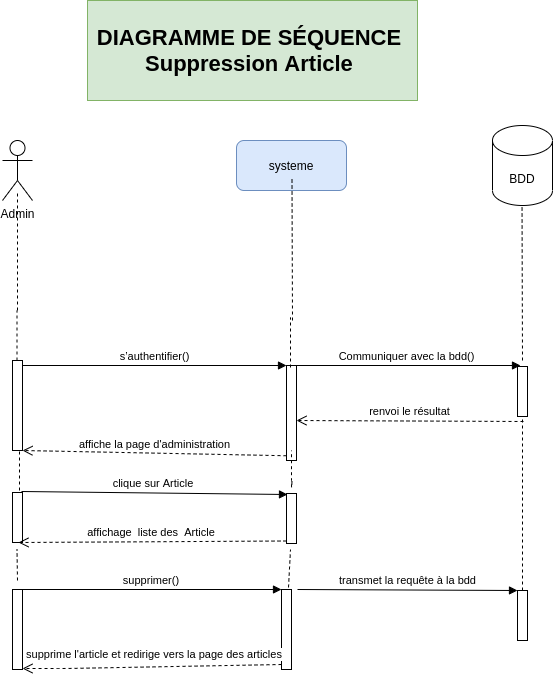
Earlier version of the draw.io export diagrammes/Diagramme_P5-Séq Supprimer.drawio.png (Elhadj75BAH/Blog-mvc). Source tidied: cells renumbered, new cells last; positions are measured from the earlier drawing's top-left corner, leaving out a move shared by most shapes. Source of this version:
```xml
<mxGraphModel>
  <root>
    <mxCell id="0" />
    <mxCell id="1" parent="0" />
    <mxCell id="2" value="&lt;font style=&quot;font-size: 22px&quot;&gt;&lt;b&gt;DIAGRAMME DE SÉQUENCE&amp;nbsp;&lt;br&gt;Suppression Article&amp;nbsp;&lt;br&gt;&lt;/b&gt;&lt;/font&gt;" style="text;html=1;strokeColor=#82b366;fillColor=#d5e8d4;align=center;verticalAlign=middle;whiteSpace=wrap;rounded=0;" parent="1" vertex="1">
      <mxGeometry x="85" width="330" height="100" as="geometry" />
    </mxCell>
    <mxCell id="3" value="systeme" style="rounded=1;whiteSpace=wrap;html=1;fillColor=#dae8fc;strokeColor=#6c8ebf;" parent="1" vertex="1">
      <mxGeometry x="234" y="140" width="110" height="50" as="geometry" />
    </mxCell>
    <mxCell id="4" style="endArrow=none;dashed=1;html=1;entryX=0.5;entryY=1;entryDx=0;entryDy=0;" parent="1" edge="1">
      <mxGeometry relative="1" as="geometry">
        <mxPoint x="15" y="310" as="sourcePoint" />
        <mxPoint x="15" y="190" as="targetPoint" />
      </mxGeometry>
    </mxCell>
    <mxCell id="5" style="endArrow=none;dashed=1;html=1;entryX=0.5;entryY=1;entryDx=0;entryDy=0;" parent="1" edge="1">
      <mxGeometry relative="1" as="geometry">
        <mxPoint x="290" y="320" as="sourcePoint" />
        <mxPoint x="289.5" y="178" as="targetPoint" />
      </mxGeometry>
    </mxCell>
    <mxCell id="6" style="endArrow=none;dashed=1;html=1;entryX=0.5;entryY=1;entryDx=0;entryDy=0;" parent="1" edge="1">
      <mxGeometry relative="1" as="geometry">
        <mxPoint x="520" y="360" as="sourcePoint" />
        <mxPoint x="519.5" y="190" as="targetPoint" />
      </mxGeometry>
    </mxCell>
    <mxCell id="7" style="html=1;points=[];perimeter=orthogonalPerimeter;" parent="1" vertex="1">
      <mxGeometry x="10" y="360" width="10" height="90" as="geometry" />
    </mxCell>
    <mxCell id="8" style="html=1;points=[];perimeter=orthogonalPerimeter;" parent="1" vertex="1">
      <mxGeometry x="284" y="365" width="10" height="95" as="geometry" />
    </mxCell>
    <mxCell id="9" value="s’authentifier()" style="html=1;verticalAlign=bottom;endArrow=block;entryX=0;entryY=0;" parent="1" edge="1" source="7" target="8">
      <mxGeometry relative="1" as="geometry" />
    </mxCell>
    <mxCell id="10" value="affiche la page d'administration" style="html=1;verticalAlign=bottom;endArrow=open;dashed=1;endSize=8;exitX=0;exitY=0.95;" parent="1" edge="1" source="8" target="7">
      <mxGeometry relative="1" as="geometry" />
    </mxCell>
    <mxCell id="11" value="Communiquer avec la bdd()" style="html=1;verticalAlign=bottom;endArrow=block;entryX=1.2;entryY=-0.02;entryDx=0;entryDy=0;entryPerimeter=0;" parent="1" edge="1">
      <mxGeometry relative="1" as="geometry">
        <mxPoint x="290" y="365" as="sourcePoint" />
        <mxPoint x="518" y="365" as="targetPoint" />
      </mxGeometry>
    </mxCell>
    <mxCell id="12" style="endArrow=none;dashed=1;html=1;entryX=0.5;entryY=1;entryDx=0;entryDy=0;" parent="1" edge="1">
      <mxGeometry relative="1" as="geometry">
        <mxPoint x="14.5" y="360" as="sourcePoint" />
        <mxPoint x="14.5" y="310" as="targetPoint" />
      </mxGeometry>
    </mxCell>
    <mxCell id="13" style="endArrow=none;dashed=1;html=1;entryX=0.5;entryY=1;entryDx=0;entryDy=0;" parent="1" edge="1">
      <mxGeometry relative="1" as="geometry">
        <mxPoint x="288" y="367" as="sourcePoint" />
        <mxPoint x="288" y="317" as="targetPoint" />
      </mxGeometry>
    </mxCell>
    <mxCell id="14" style="html=1;points=[];perimeter=orthogonalPerimeter;" parent="1" vertex="1">
      <mxGeometry x="10" y="492" width="10" height="50" as="geometry" />
    </mxCell>
    <mxCell id="15" style="html=1;points=[];perimeter=orthogonalPerimeter;" parent="1" vertex="1">
      <mxGeometry x="284" y="493" width="10" height="50" as="geometry" />
    </mxCell>
    <mxCell id="16" value="clique sur Article&amp;nbsp;" style="html=1;verticalAlign=bottom;endArrow=block;exitX=0.9;exitY=-0.02;exitDx=0;exitDy=0;exitPerimeter=0;" parent="1" edge="1" source="14">
      <mxGeometry relative="1" as="geometry">
        <mxPoint x="285" y="494" as="targetPoint" />
      </mxGeometry>
    </mxCell>
    <mxCell id="17" value="affichage&amp;nbsp; liste des&amp;nbsp; Article&amp;nbsp;" style="html=1;verticalAlign=bottom;endArrow=open;dashed=1;endSize=8;exitX=0;exitY=0.95;entryX=0.6;entryY=1;entryDx=0;entryDy=0;entryPerimeter=0;" parent="1" edge="1" source="15" target="14">
      <mxGeometry relative="1" as="geometry" />
    </mxCell>
    <mxCell id="18" style="html=1;points=[];perimeter=orthogonalPerimeter;" parent="1" vertex="1">
      <mxGeometry x="279" y="589" width="10" height="80" as="geometry" />
    </mxCell>
    <mxCell id="19" value="supprimer()&amp;nbsp;" style="html=1;verticalAlign=bottom;endArrow=block;entryX=0;entryY=0;" parent="1" edge="1" source="21" target="18">
      <mxGeometry relative="1" as="geometry" />
    </mxCell>
    <mxCell id="20" value="supprime l'article et redirige vers la page des articles&amp;nbsp;" style="html=1;verticalAlign=bottom;endArrow=open;dashed=1;endSize=8;exitX=0;exitY=0.95;" parent="1" edge="1" target="21">
      <mxGeometry x="-0.02" y="-3" relative="1" as="geometry">
        <mxPoint x="279" y="664" as="sourcePoint" />
        <Array as="points">
          <mxPoint x="65" y="668" />
        </Array>
      </mxGeometry>
    </mxCell>
    <mxCell id="21" style="html=1;points=[];perimeter=orthogonalPerimeter;" parent="1" vertex="1">
      <mxGeometry x="10" y="589" width="10" height="80" as="geometry" />
    </mxCell>
    <mxCell id="22" style="html=1;points=[];perimeter=orthogonalPerimeter;" parent="1" vertex="1">
      <mxGeometry x="515" y="590" width="10" height="50" as="geometry" />
    </mxCell>
    <mxCell id="23" value="transmet la requête à la bdd" style="html=1;verticalAlign=bottom;endArrow=block;entryX=0;entryY=0;exitX=1.6;exitY=0;exitDx=0;exitDy=0;exitPerimeter=0;" parent="1" edge="1" source="18" target="22">
      <mxGeometry relative="1" as="geometry" />
    </mxCell>
    <mxCell id="24" style="endArrow=none;dashed=1;html=1;" parent="1" edge="1" target="31">
      <mxGeometry relative="1" as="geometry">
        <mxPoint x="520" y="590" as="sourcePoint" />
      </mxGeometry>
    </mxCell>
    <mxCell id="25" style="endArrow=none;dashed=1;html=1;exitX=0.7;exitY=-0.025;exitDx=0;exitDy=0;exitPerimeter=0;" parent="1" edge="1" source="18">
      <mxGeometry relative="1" as="geometry">
        <mxPoint x="288" y="549" as="targetPoint" />
      </mxGeometry>
    </mxCell>
    <mxCell id="26" style="endArrow=none;dashed=1;html=1;" parent="1" edge="1">
      <mxGeometry relative="1" as="geometry">
        <mxPoint x="289.5" y="481" as="sourcePoint" />
        <mxPoint x="289" y="450" as="targetPoint" />
        <Array as="points">
          <mxPoint x="289" y="490" />
        </Array>
      </mxGeometry>
    </mxCell>
    <mxCell id="27" style="endArrow=none;dashed=1;html=1;" parent="1" edge="1">
      <mxGeometry relative="1" as="geometry">
        <mxPoint x="15" y="580" as="sourcePoint" />
        <mxPoint x="14.5" y="549" as="targetPoint" />
      </mxGeometry>
    </mxCell>
    <mxCell id="28" style="endArrow=none;dashed=1;html=1;" parent="1" edge="1">
      <mxGeometry relative="1" as="geometry">
        <mxPoint x="17" y="490" as="sourcePoint" />
        <mxPoint x="17" y="450" as="targetPoint" />
      </mxGeometry>
    </mxCell>
    <mxCell id="29" value="Admin" style="shape=umlActor;verticalLabelPosition=bottom;verticalAlign=top;html=1;" parent="1" vertex="1">
      <mxGeometry y="140" width="30" height="60" as="geometry" />
    </mxCell>
    <mxCell id="30" value="BDD" style="shape=cylinder3;whiteSpace=wrap;html=1;boundedLbl=1;backgroundOutline=1;size=15;" parent="1" vertex="1">
      <mxGeometry x="490" y="125" width="60" height="80" as="geometry" />
    </mxCell>
    <mxCell id="31" style="html=1;points=[];perimeter=orthogonalPerimeter;" parent="1" vertex="1">
      <mxGeometry x="515" y="366" width="10" height="50" as="geometry" />
    </mxCell>
    <mxCell id="32" value="renvoi le résultat" style="html=1;verticalAlign=bottom;endArrow=open;dashed=1;endSize=8;exitX=0.6;exitY=1.1;exitDx=0;exitDy=0;exitPerimeter=0;" parent="1" edge="1" source="31">
      <mxGeometry relative="1" as="geometry">
        <mxPoint x="294" y="420" as="targetPoint" />
      </mxGeometry>
    </mxCell>
  </root>
</mxGraphModel>
```
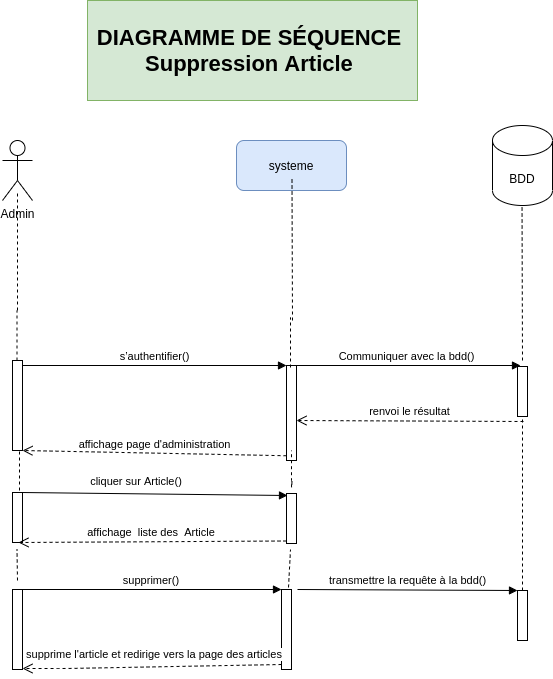
After the commit.

Diff of the diagram source:
```diff
@@ -35,7 +35,7 @@
     <mxCell id="9" value="s’authentifier()" style="html=1;verticalAlign=bottom;endArrow=block;entryX=0;entryY=0;" parent="1" edge="1" source="7" target="8">
       <mxGeometry relative="1" as="geometry" />
     </mxCell>
-    <mxCell id="10" value="affiche la page d'administration" style="html=1;verticalAlign=bottom;endArrow=open;dashed=1;endSize=8;exitX=0;exitY=0.95;" parent="1" edge="1" source="8" target="7">
+    <mxCell id="10" value="affichage page d'administration" style="html=1;verticalAlign=bottom;endArrow=open;dashed=1;endSize=8;exitX=0;exitY=0.95;" parent="1" edge="1" source="8" target="7">
       <mxGeometry relative="1" as="geometry" />
     </mxCell>
     <mxCell id="11" value="Communiquer avec la bdd()" style="html=1;verticalAlign=bottom;endArrow=block;entryX=1.2;entryY=-0.02;entryDx=0;entryDy=0;entryPerimeter=0;" parent="1" edge="1">
@@ -62,9 +62,10 @@
     <mxCell id="15" style="html=1;points=[];perimeter=orthogonalPerimeter;" parent="1" vertex="1">
       <mxGeometry x="284" y="493" width="10" height="50" as="geometry" />
     </mxCell>
-    <mxCell id="16" value="clique sur Article&amp;nbsp;" style="html=1;verticalAlign=bottom;endArrow=block;exitX=0.9;exitY=-0.02;exitDx=0;exitDy=0;exitPerimeter=0;" parent="1" edge="1" source="14">
-      <mxGeometry relative="1" as="geometry">
-        <mxPoint x="285" y="494" as="targetPoint" />
+    <mxCell id="16" value="cliquer sur Article()&amp;nbsp;" style="html=1;verticalAlign=bottom;endArrow=block;exitX=0.9;exitY=-0.02;exitDx=0;exitDy=0;exitPerimeter=0;" parent="1" edge="1">
+      <mxGeometry x="-0.13" y="3" relative="1" as="geometry">
+        <mxPoint x="19" y="492" as="sourcePoint" />
+        <mxPoint x="285" y="495" as="targetPoint" />
       </mxGeometry>
     </mxCell>
     <mxCell id="17" value="affichage&amp;nbsp; liste des&amp;nbsp; Article&amp;nbsp;" style="html=1;verticalAlign=bottom;endArrow=open;dashed=1;endSize=8;exitX=0;exitY=0.95;entryX=0.6;entryY=1;entryDx=0;entryDy=0;entryPerimeter=0;" parent="1" edge="1" source="15" target="14">
@@ -90,7 +91,7 @@
     <mxCell id="22" style="html=1;points=[];perimeter=orthogonalPerimeter;" parent="1" vertex="1">
       <mxGeometry x="515" y="590" width="10" height="50" as="geometry" />
     </mxCell>
-    <mxCell id="23" value="transmet la requête à la bdd" style="html=1;verticalAlign=bottom;endArrow=block;entryX=0;entryY=0;exitX=1.6;exitY=0;exitDx=0;exitDy=0;exitPerimeter=0;" parent="1" edge="1" source="18" target="22">
+    <mxCell id="23" value="transmettre la requête à la bdd()" style="html=1;verticalAlign=bottom;endArrow=block;entryX=0;entryY=0;exitX=1.6;exitY=0;exitDx=0;exitDy=0;exitPerimeter=0;" parent="1" edge="1" source="18" target="22">
       <mxGeometry relative="1" as="geometry" />
     </mxCell>
     <mxCell id="24" style="endArrow=none;dashed=1;html=1;" parent="1" edge="1" target="31">
```
